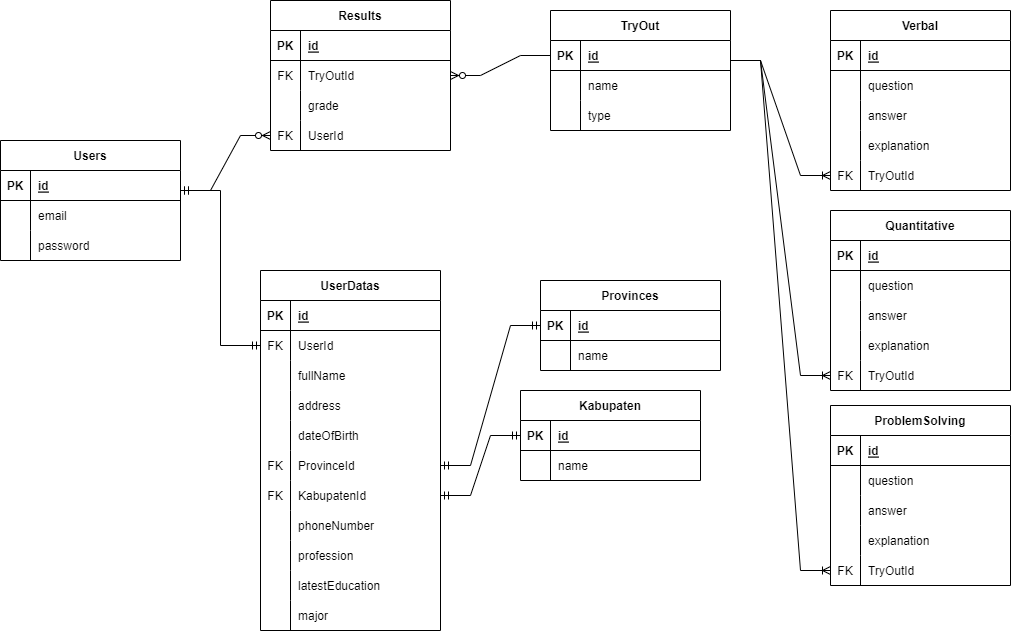
Before: TryOut TBS.png, a diagram exported from draw.io (irwNd2/TryOut-TBS). Source tidied: cells renumbered, new cells last; positions are measured from the earlier drawing's top-left corner, leaving out a move shared by most shapes.
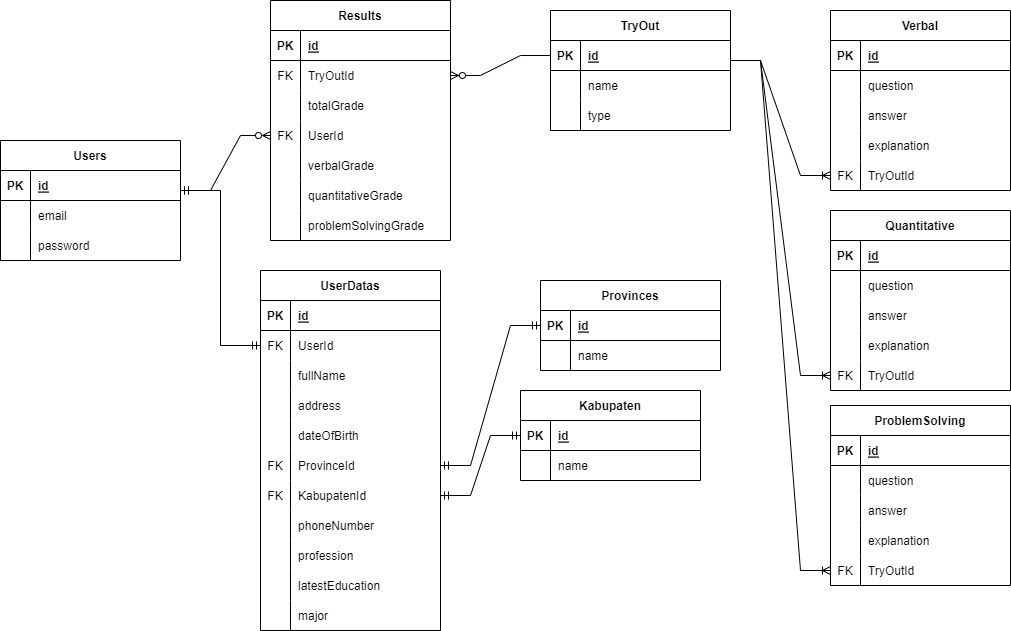
Above is the later version.

The edit, as a diff of the source:
```diff
@@ -191,7 +191,7 @@
       </mxGeometry>
     </mxCell>
     <mxCell id="63" value="Results" style="shape=table;startSize=30;rowLines=0;fontStyle=1;align=center;" parent="1" vertex="1">
-      <mxGeometry x="270" width="180" height="150" as="geometry" />
+      <mxGeometry x="270" width="180" height="240" as="geometry" />
     </mxCell>
     <mxCell id="64" style="shape=tableRow;horizontal=0;startSize=0;swimlaneHead=0;swimlaneBody=0;fillColor=none;top=0;left=0;right=0;bottom=1;" parent="63" vertex="1">
       <mxGeometry y="30" width="180" height="30" as="geometry" />
@@ -217,7 +217,7 @@
     <mxCell id="71" style="shape=partialRectangle;fillColor=none;top=0;left=0;bottom=0;right=0;overflow=hidden;" parent="70" vertex="1">
       <mxGeometry width="30" height="30" as="geometry" />
     </mxCell>
-    <mxCell id="72" value="grade" style="shape=partialRectangle;fillColor=none;top=0;left=0;bottom=0;right=0;align=left;spacingLeft=6;overflow=hidden;" parent="70" vertex="1">
+    <mxCell id="72" value="totalGrade" style="shape=partialRectangle;fillColor=none;top=0;left=0;bottom=0;right=0;align=left;spacingLeft=6;overflow=hidden;" parent="70" vertex="1">
       <mxGeometry x="30" width="150" height="30" as="geometry" />
     </mxCell>
     <mxCell id="73" style="shape=tableRow;horizontal=0;startSize=0;swimlaneHead=0;swimlaneBody=0;fillColor=none;points=[[0,0.5],[1,0.5]];portConstraint=eastwest;top=0;left=0;right=0;bottom=0;" parent="63" vertex="1">
@@ -229,6 +229,33 @@
     <mxCell id="75" value="UserId" style="shape=partialRectangle;fillColor=none;top=0;left=0;bottom=0;right=0;align=left;spacingLeft=6;overflow=hidden;" parent="73" vertex="1">
       <mxGeometry x="30" width="150" height="30" as="geometry" />
     </mxCell>
+    <mxCell id="139" style="shape=tableRow;horizontal=0;startSize=0;swimlaneHead=0;swimlaneBody=0;fillColor=none;top=0;left=0;right=0;bottom=0;" parent="63" vertex="1">
+      <mxGeometry y="150" width="180" height="30" as="geometry" />
+    </mxCell>
+    <mxCell id="140" style="shape=partialRectangle;fillColor=none;top=0;left=0;bottom=0;right=0;overflow=hidden;" parent="139" vertex="1">
+      <mxGeometry width="30" height="30" as="geometry" />
+    </mxCell>
+    <mxCell id="141" value="verbalGrade" style="shape=partialRectangle;fillColor=none;top=0;left=0;bottom=0;right=0;align=left;spacingLeft=6;overflow=hidden;" parent="139" vertex="1">
+      <mxGeometry x="30" width="150" height="30" as="geometry" />
+    </mxCell>
+    <mxCell id="142" style="shape=tableRow;horizontal=0;startSize=0;swimlaneHead=0;swimlaneBody=0;fillColor=none;top=0;left=0;right=0;bottom=0;" parent="63" vertex="1">
+      <mxGeometry y="180" width="180" height="30" as="geometry" />
+    </mxCell>
+    <mxCell id="143" style="shape=partialRectangle;fillColor=none;top=0;left=0;bottom=0;right=0;overflow=hidden;" parent="142" vertex="1">
+      <mxGeometry width="30" height="30" as="geometry" />
+    </mxCell>
+    <mxCell id="144" value="quantitativeGrade" style="shape=partialRectangle;fillColor=none;top=0;left=0;bottom=0;right=0;align=left;spacingLeft=6;overflow=hidden;" parent="142" vertex="1">
+      <mxGeometry x="30" width="150" height="30" as="geometry" />
+    </mxCell>
+    <mxCell id="145" style="shape=tableRow;horizontal=0;startSize=0;swimlaneHead=0;swimlaneBody=0;fillColor=none;top=0;left=0;right=0;bottom=0;" parent="63" vertex="1">
+      <mxGeometry y="210" width="180" height="30" as="geometry" />
+    </mxCell>
+    <mxCell id="146" style="shape=partialRectangle;fillColor=none;top=0;left=0;bottom=0;right=0;overflow=hidden;" parent="145" vertex="1">
+      <mxGeometry width="30" height="30" as="geometry" />
+    </mxCell>
+    <mxCell id="147" value="problemSolvingGrade" style="shape=partialRectangle;fillColor=none;top=0;left=0;bottom=0;right=0;align=left;spacingLeft=6;overflow=hidden;" parent="145" vertex="1">
+      <mxGeometry x="30" width="150" height="30" as="geometry" />
+    </mxCell>
     <mxCell id="76" style="edgeStyle=entityRelationEdgeStyle;fontSize=12;html=1;endArrow=ERzeroToMany;startArrow=ERmandOne;rounded=0;entryX=0;entryY=0.5;entryDx=0;entryDy=0;" parent="1" edge="1" target="73">
       <mxGeometry relative="1" as="geometry">
         <mxPoint x="180" y="190" as="sourcePoint" />
```
